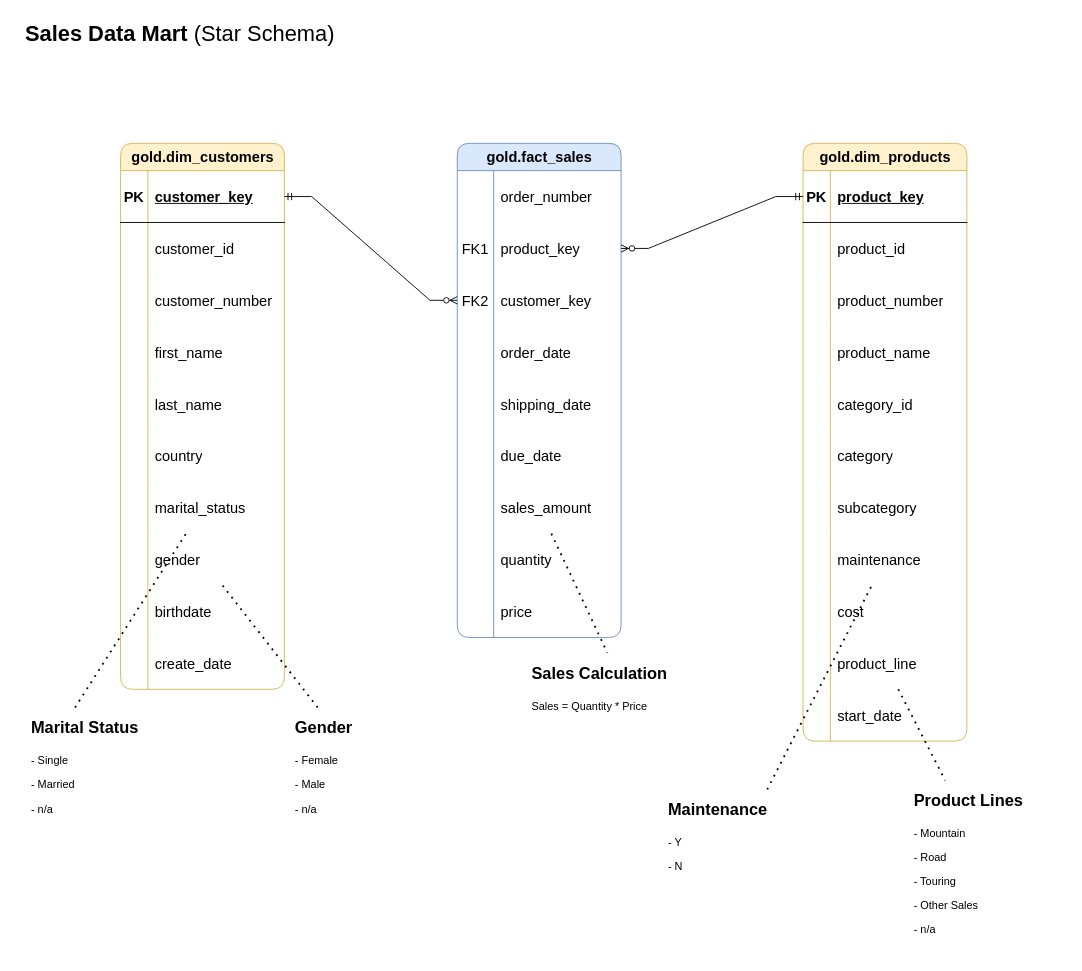
Earlier version of the draw.io diagram page "Data Mart (Star Schema)" (4 of 4) of images/ArchitectureDiagrams.drawio (sdsouto/sql-data-warehouse-project). Source tidied: cells renumbered, new cells numbered last; positions are measured from the earlier drawing's top-left corner, leaving out a move shared by most shapes. Both pictures are drawn from the tidied source at 91%, with x=0, y=0 at pixel (15, 15).
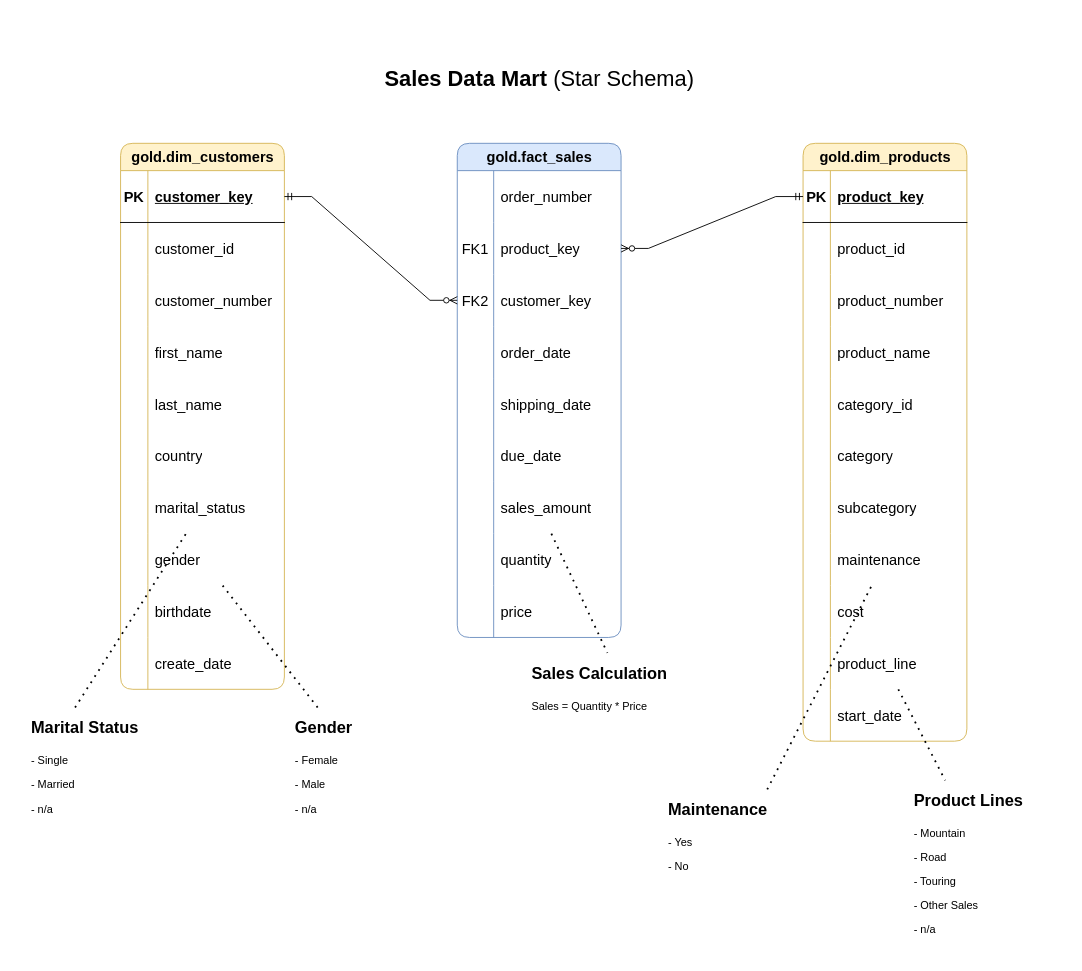
After the change.

Diff of the diagram source:
```diff
@@
     <mxCell id="95" value="&lt;font style=&quot;font-size: 24px;&quot;&gt;&lt;b&gt;Sales Data Mart&lt;/b&gt; (Star Schema)&lt;/font&gt;" style="text;html=1;align=center;verticalAlign=middle;strokeColor=none;fillColor=none;" parent="1" vertex="1">
-      <mxGeometry width="360" height="40" as="geometry" />
+      <mxGeometry x="395" y="50" width="360" height="40" as="geometry" />
     </mxCell>
@@
-    <mxCell id="106" value="&lt;h1 style=&quot;margin-top: 0px;&quot;&gt;&lt;span style=&quot;background-color: transparent; color: light-dark(rgb(0, 0, 0), rgb(255, 255, 255));&quot;&gt;&lt;font style=&quot;font-size: 18px;&quot;&gt;Maintenance&lt;/font&gt;&lt;/span&gt;&lt;/h1&gt;&lt;p style=&quot;margin-top: 0px;&quot;&gt;&lt;span style=&quot;background-color: transparent; color: light-dark(rgb(0, 0, 0), rgb(255, 255, 255)); font-weight: normal;&quot;&gt;&lt;font style=&quot;font-size: 12px;&quot;&gt;- Y&lt;/font&gt;&lt;/span&gt;&lt;/p&gt;&lt;p style=&quot;&quot;&gt;&lt;font&gt;- N&lt;/font&gt;&lt;/p&gt;" style="text;html=1;whiteSpace=wrap;overflow=hidden;rounded=0;" parent="1" vertex="1">
+    <mxCell id="106" value="&lt;h1 style=&quot;margin-top: 0px;&quot;&gt;&lt;span style=&quot;background-color: transparent; color: light-dark(rgb(0, 0, 0), rgb(255, 255, 255));&quot;&gt;&lt;font style=&quot;font-size: 18px;&quot;&gt;Maintenance&lt;/font&gt;&lt;/span&gt;&lt;/h1&gt;&lt;p style=&quot;margin-top: 0px;&quot;&gt;&lt;span style=&quot;background-color: transparent; color: light-dark(rgb(0, 0, 0), rgb(255, 255, 255)); font-weight: normal;&quot;&gt;&lt;font style=&quot;font-size: 12px;&quot;&gt;- Yes&lt;/font&gt;&lt;/span&gt;&lt;/p&gt;&lt;p style=&quot;&quot;&gt;&lt;font&gt;- No&lt;/font&gt;&lt;/p&gt;" style="text;html=1;whiteSpace=wrap;overflow=hidden;rounded=0;" parent="1" vertex="1">
       <mxGeometry x="715" y="850" width="170" height="100" as="geometry" />
     </mxCell>
```
